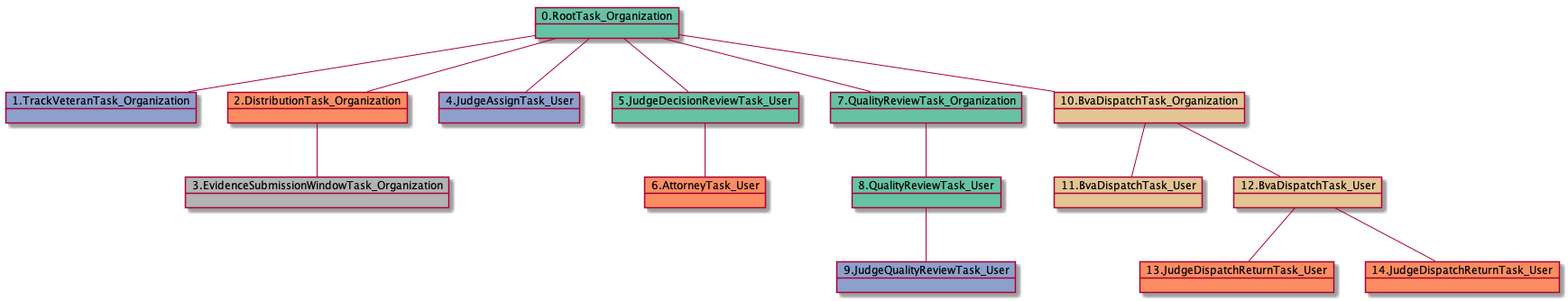
The PlantUML diagram docs-ES/uml/RTO.TVTO.DTO.ESWTO.JATU.JDRTU.ATU.QRTO.QRTU.JQRTU.BDTO-15411.png in yoomlam/graphing, before a commit.
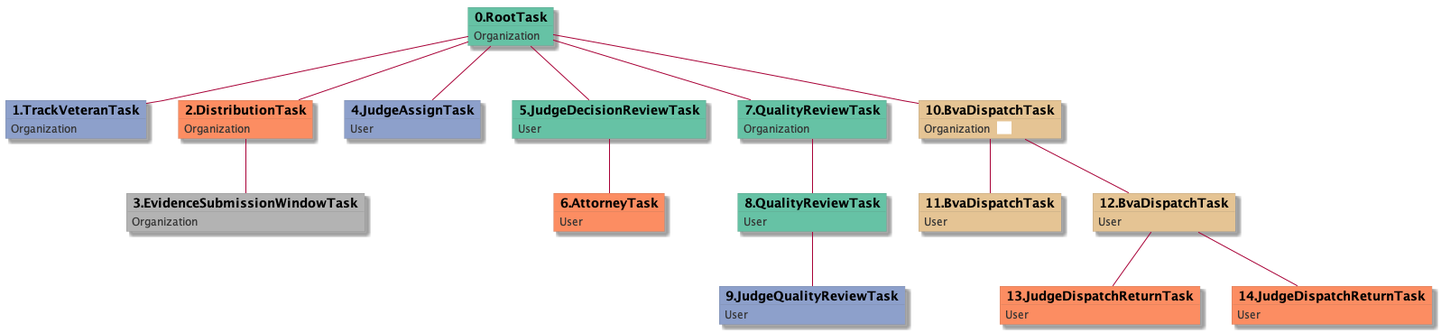
The same file after the commit.

Diff of the diagram source:
```diff
@@ -1,31 +1,69 @@
 @startuml
-object 0.RootTask_Organization #66c2a5
-object 1.TrackVeteranTask_Organization #8da0cb
-object 2.DistributionTask_Organization #fc8d62
-object 3.EvidenceSubmissionWindowTask_Organization #b3b3b3
-object 4.JudgeAssignTask_User #8da0cb
-object 5.JudgeDecisionReviewTask_User #66c2a5
-object 6.AttorneyTask_User #fc8d62
-object 7.QualityReviewTask_Organization #66c2a5
-object 8.QualityReviewTask_User #66c2a5
-object 9.JudgeQualityReviewTask_User #8da0cb
-object 10.BvaDispatchTask_Organization #e5c494
-object 11.BvaDispatchTask_User #e5c494
-object 12.BvaDispatchTask_User #e5c494
-object 13.JudgeDispatchReturnTask_User #fc8d62
-object 14.JudgeDispatchReturnTask_User #fc8d62
-0.RootTask_Organization -- 1.TrackVeteranTask_Organization
-0.RootTask_Organization -- 2.DistributionTask_Organization
-2.DistributionTask_Organization -- 3.EvidenceSubmissionWindowTask_Organization
-0.RootTask_Organization -- 4.JudgeAssignTask_User
-0.RootTask_Organization -- 5.JudgeDecisionReviewTask_User
-5.JudgeDecisionReviewTask_User -- 6.AttorneyTask_User
-0.RootTask_Organization -- 7.QualityReviewTask_Organization
-7.QualityReviewTask_Organization -- 8.QualityReviewTask_User
-8.QualityReviewTask_User -- 9.JudgeQualityReviewTask_User
-0.RootTask_Organization -- 10.BvaDispatchTask_Organization
-10.BvaDispatchTask_Organization -- 11.BvaDispatchTask_User
-10.BvaDispatchTask_Organization -- 12.BvaDispatchTask_User
-12.BvaDispatchTask_User -- 13.JudgeDispatchReturnTask_User
-12.BvaDispatchTask_User -- 14.JudgeDispatchReturnTask_User
+skinparam {
+  ObjectBorderColor #555
+  ObjectBorderThickness 0
+  ObjectFontStyle bold
+  ObjectFontSize 14
+  ObjectAttributeFontColor #333
+  ObjectAttributeFontSize 12
+}
+  object 0.RootTask #66c2a5 {
+Organization
+}
+  object 1.TrackVeteranTask #8da0cb {
+Organization
+}
+  object 2.DistributionTask #fc8d62 {
+Organization
+}
+  object 3.EvidenceSubmissionWindowTask #b3b3b3 {
+Organization
+}
+  object 4.JudgeAssignTask #8da0cb {
+User
+}
+  object 5.JudgeDecisionReviewTask #66c2a5 {
+User
+}
+  object 6.AttorneyTask #fc8d62 {
+User
+}
+  object 7.QualityReviewTask #66c2a5 {
+Organization
+}
+  object 8.QualityReviewTask #66c2a5 {
+User
+}
+  object 9.JudgeQualityReviewTask #8da0cb {
+User
+}
+  object 10.BvaDispatchTask #e5c494 {
+Organization  <back:white>    </back>
+}
+  object 11.BvaDispatchTask #e5c494 {
+User
+}
+  object 12.BvaDispatchTask #e5c494 {
+User
+}
+  object 13.JudgeDispatchReturnTask #fc8d62 {
+User
+}
+  object 14.JudgeDispatchReturnTask #fc8d62 {
+User
+}
+0.RootTask -- 1.TrackVeteranTask
+0.RootTask -- 2.DistributionTask
+2.DistributionTask -- 3.EvidenceSubmissionWindowTask
+0.RootTask -- 4.JudgeAssignTask
+0.RootTask -- 5.JudgeDecisionReviewTask
+5.JudgeDecisionReviewTask -- 6.AttorneyTask
+0.RootTask -- 7.QualityReviewTask
+7.QualityReviewTask -- 8.QualityReviewTask
+8.QualityReviewTask -- 9.JudgeQualityReviewTask
+0.RootTask -- 10.BvaDispatchTask
+10.BvaDispatchTask -- 11.BvaDispatchTask
+10.BvaDispatchTask -- 12.BvaDispatchTask
+12.BvaDispatchTask -- 13.JudgeDispatchReturnTask
+12.BvaDispatchTask -- 14.JudgeDispatchReturnTask
 @enduml
```
